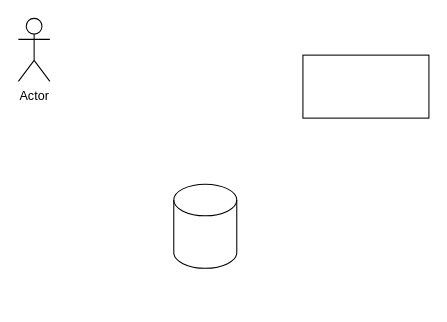
The draw.io diagram .idea/未命名绘图.drawio in jiajiaweiwei/MyDraw, before the edit. Source tidied: cells renumbered, new cells numbered last; positions are measured from the earlier drawing's top-left corner, leaving out a move shared by most shapes. Both pictures are drawn from the tidied source at 105%, with x=0, y=0 at pixel (18, 18).
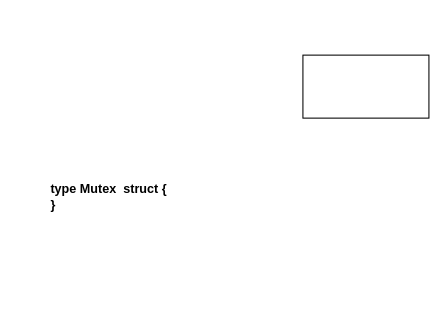
The same diagram, later.

What changed in the source:
```diff
@@
 <mxGraphModel>
   <root>
     <mxCell id="0" />
     <mxCell id="1" parent="0" />
-    <mxCell id="2" value="Actor" style="shape=umlActor;verticalLabelPosition=bottom;verticalAlign=top;html=1;" parent="1" vertex="1">
-      <mxGeometry width="30" height="60" as="geometry" />
-    </mxCell>
     <mxCell id="3" style="rounded=0;whiteSpace=wrap;html=1;" parent="1" vertex="1">
       <mxGeometry x="271" y="35" width="120" height="60" as="geometry" />
     </mxCell>
-    <mxCell id="4" style="shape=cylinder3;whiteSpace=wrap;html=1;boundedLbl=1;backgroundOutline=1;size=15;" parent="1" vertex="1">
-      <mxGeometry x="148" y="158" width="60" height="80" as="geometry" />
-    </mxCell>
+    <mxCell id="5" value="&lt;b&gt;type Mutex&amp;nbsp; struct {&lt;/b&gt;&lt;div&gt;&lt;span style=&quot;background-color: initial;&quot;&gt;&lt;b&gt;}&lt;/b&gt;&lt;/span&gt;&lt;/div&gt;" style="text;strokeColor=none;align=left;fillColor=none;html=1;verticalAlign=middle;whiteSpace=wrap;rounded=0;" parent="1" vertex="1">
+      <mxGeometry x="29" y="68" width="246" height="204" as="geometry" />
+    </mxCell>
   </root>
 </mxGraphModel>
```
